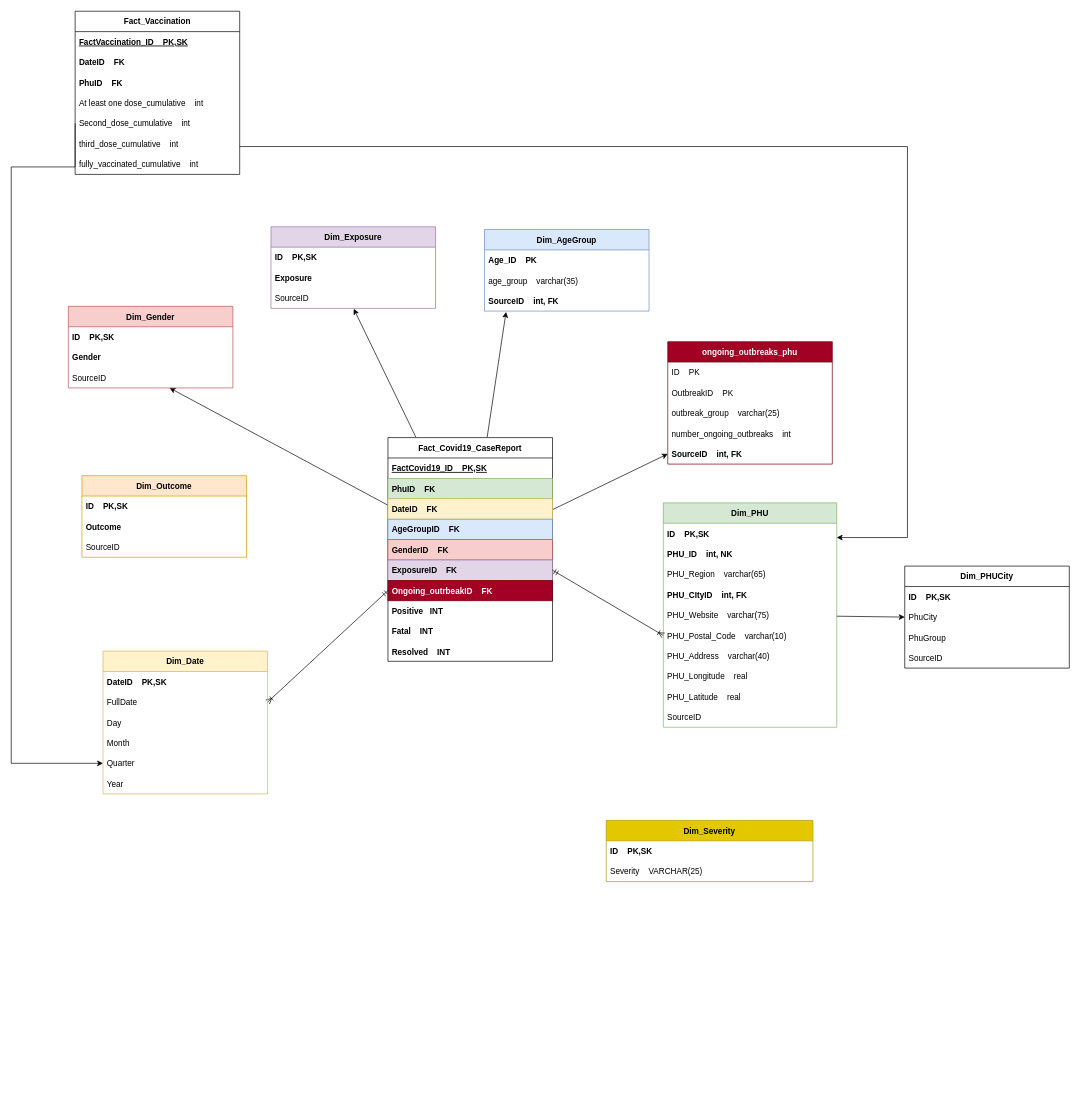
tonsisouvanh/SSIS-SSAS-BI09-Assignment keeps this draw.io diagram as page "Page-10" (10 of 10) of diagram/db-diagram-LT.drawio. Above is the earlier version. Source tidied: cells renumbered, new cells numbered last; positions are measured from the earlier drawing's top-left corner, leaving out a move shared by most shapes. Both pictures are drawn from the tidied source at 68%, with x=0, y=0 at pixel (11, 11).
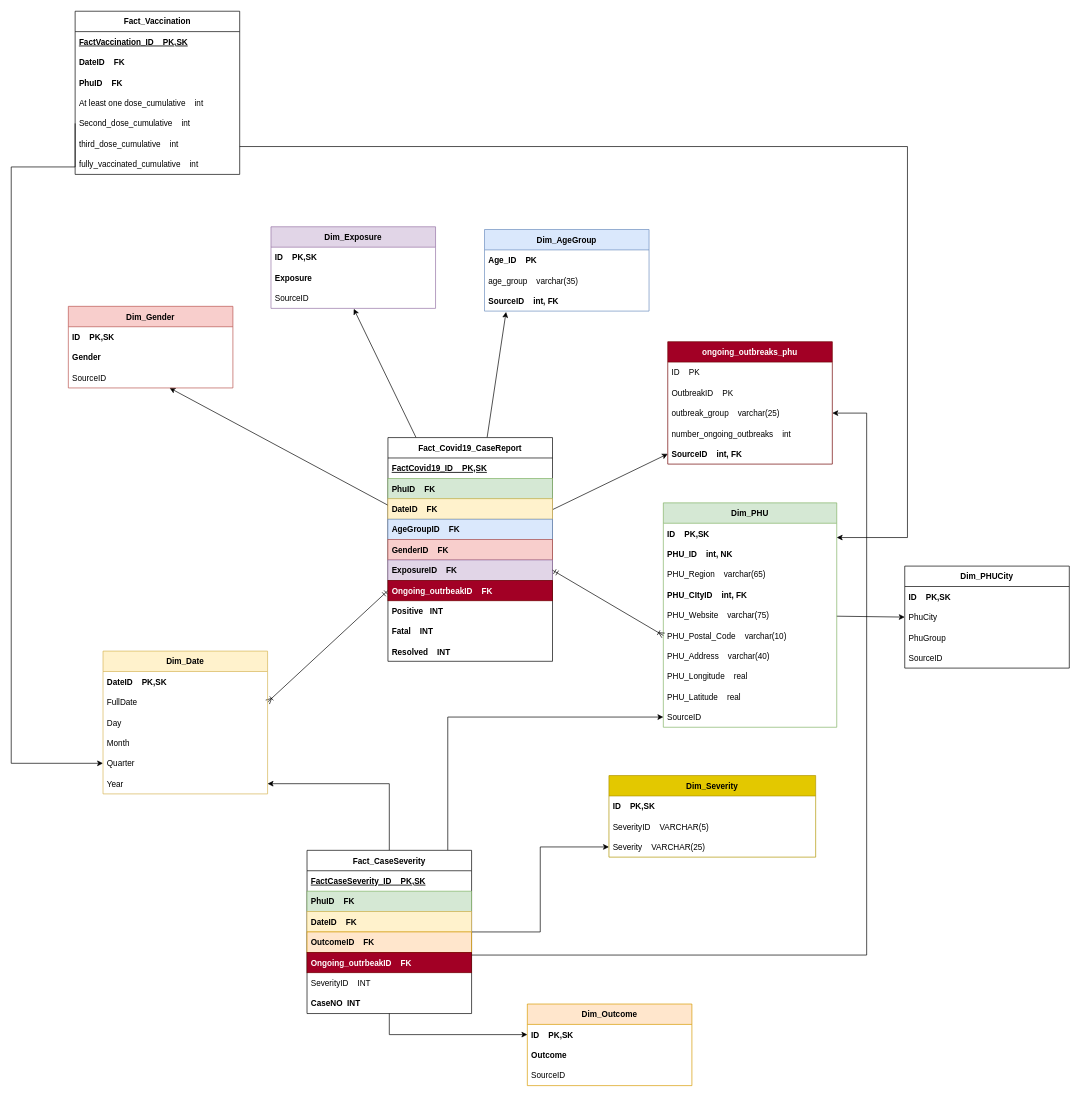
The same page after the edit.

Unchanged cells that the change refers to:
```xml
<mxCell id="29" value="SourceID" style="text;strokeColor=none;fillColor=none;align=left;verticalAlign=middle;spacingLeft=4;spacingRight=4;overflow=hidden;points=[[0,0.5],[1,0.5]];portConstraint=eastwest;fontStyle=0;" parent="19" vertex="1">
  <mxGeometry y="300" width="255" height="30" as="geometry" />
</mxCell>
<mxCell id="43" value="outbreak_group    varchar(25)" style="text;strokeColor=none;fillColor=none;align=left;verticalAlign=middle;spacingLeft=4;spacingRight=4;overflow=hidden;points=[[0,0.5],[1,0.5]];portConstraint=eastwest;" parent="40" vertex="1">
  <mxGeometry y="90" width="242" height="30" as="geometry" />
</mxCell>
<mxCell id="51" value="ID    PK,SK" style="text;strokeColor=none;fillColor=none;align=left;verticalAlign=middle;spacingLeft=4;spacingRight=4;overflow=hidden;points=[[0,0.5],[1,0.5]];portConstraint=eastwest;fontStyle=1;" parent="50" vertex="1">
  <mxGeometry y="30" width="242" height="30" as="geometry" />
</mxCell>
<mxCell id="77" value="Year" style="text;align=left;verticalAlign=middle;spacingLeft=4;spacingRight=4;overflow=hidden;points=[[0,0.5],[1,0.5]];portConstraint=eastwest;fontStyle=0;" parent="71" vertex="1">
  <mxGeometry y="180" width="242" height="30" as="geometry" />
</mxCell>
```

Change to the diagram source:
```diff
@@
     <mxCell id="50" value="Dim_Outcome" style="swimlane;fontStyle=1;horizontal=1;startSize=30;fillColor=#ffe6cc;strokeColor=#d79b00;" parent="1" vertex="1">
-      <mxGeometry x="104" y="683" width="242" height="120" as="geometry" />
+      <mxGeometry x="759" y="1460" width="242" height="120" as="geometry" />
     </mxCell>
@@
     <mxCell id="68" value="Dim_Severity" style="swimlane;fontStyle=1;horizontal=1;startSize=30;fillColor=#e3c800;strokeColor=#B09500;fontColor=#000000;" parent="1" vertex="1">
-      <mxGeometry x="875" y="1190" width="304" height="90" as="geometry" />
+      <mxGeometry x="879" y="1124" width="304" height="120" as="geometry" />
     </mxCell>
@@
-    <mxCell id="70" value="Severity    VARCHAR(25)" style="text;align=left;verticalAlign=middle;spacingLeft=4;spacingRight=4;overflow=hidden;fontStyle=0;" parent="68" vertex="1">
+    <mxCell id="70" value="SeverityID    VARCHAR(5)" style="text;align=left;verticalAlign=middle;spacingLeft=4;spacingRight=4;overflow=hidden;fontStyle=0;" parent="68" vertex="1">
       <mxGeometry y="60" width="304" height="30" as="geometry" />
     </mxCell>
+    <mxCell id="78" value="Severity    VARCHAR(25)" style="text;align=left;verticalAlign=middle;spacingLeft=4;spacingRight=4;overflow=hidden;points=[[0,0.5],[1,0.5]];portConstraint=eastwest;fontStyle=0;" parent="68" vertex="1">
+      <mxGeometry y="90" width="304" height="30" as="geometry" />
+    </mxCell>
@@
+    <mxCell id="79" style="edgeStyle=orthogonalEdgeStyle;rounded=0;jettySize=auto;html=1;" parent="1" edge="1" source="84" target="78">
+      <mxGeometry relative="1" as="geometry" />
+    </mxCell>
+    <mxCell id="80" style="edgeStyle=orthogonalEdgeStyle;rounded=0;jettySize=auto;html=1;" parent="1" edge="1" source="84" target="77">
+      <mxGeometry relative="1" as="geometry" />
+    </mxCell>
+    <mxCell id="81" style="edgeStyle=orthogonalEdgeStyle;rounded=0;jettySize=auto;html=1;" parent="1" edge="1" source="84" target="29">
+      <mxGeometry relative="1" as="geometry">
+        <Array as="points">
+          <mxPoint x="642" y="1038" />
+        </Array>
+      </mxGeometry>
+    </mxCell>
+    <mxCell id="82" style="edgeStyle=orthogonalEdgeStyle;rounded=0;jettySize=auto;html=1;entryX=1;entryY=0.5;entryDx=0;entryDy=0;" parent="1" edge="1" source="84" target="43">
+      <mxGeometry relative="1" as="geometry">
+        <Array as="points">
+          <mxPoint x="1258" y="1388" />
+          <mxPoint x="1258" y="591" />
+        </Array>
+      </mxGeometry>
+    </mxCell>
+    <mxCell id="83" style="edgeStyle=orthogonalEdgeStyle;rounded=0;jettySize=auto;html=1;" parent="1" edge="1" source="84" target="51">
+      <mxGeometry relative="1" as="geometry" />
+    </mxCell>
+    <mxCell id="84" value="Fact_CaseSeverity" style="swimlane;fontStyle=1;horizontal=1;startSize=30;" parent="1" vertex="1">
+      <mxGeometry x="435" y="1234" width="242" height="240" as="geometry" />
+    </mxCell>
+    <mxCell id="85" value="FactCaseSeverity_ID    PK,SK" style="text;align=left;verticalAlign=middle;spacingLeft=4;spacingRight=4;overflow=hidden;fontStyle=5;" parent="84" vertex="1">
+      <mxGeometry y="30" width="242" height="30" as="geometry" />
+    </mxCell>
+    <mxCell id="86" value="PhuID    FK" style="text;align=left;verticalAlign=middle;spacingLeft=4;spacingRight=4;overflow=hidden;fontStyle=1;fillColor=#d5e8d4;strokeColor=#82b366;" parent="84" vertex="1">
+      <mxGeometry y="60" width="242" height="30" as="geometry" />
+    </mxCell>
+    <mxCell id="87" value="DateID    FK" style="text;align=left;verticalAlign=middle;spacingLeft=4;spacingRight=4;overflow=hidden;fontStyle=1;fillColor=#fff2cc;strokeColor=#d6b656;" parent="84" vertex="1">
+      <mxGeometry y="90" width="242" height="30" as="geometry" />
+    </mxCell>
+    <mxCell id="88" value="OutcomeID    FK" style="text;align=left;verticalAlign=middle;spacingLeft=4;spacingRight=4;overflow=hidden;fontStyle=1;fillColor=#ffe6cc;strokeColor=#d79b00;" parent="84" vertex="1">
+      <mxGeometry y="120" width="242" height="30" as="geometry" />
+    </mxCell>
+    <mxCell id="89" value="Ongoing_outrbeakID    FK" style="text;align=left;verticalAlign=middle;spacingLeft=4;spacingRight=4;overflow=hidden;fontStyle=1;fillColor=#a20025;fontColor=#ffffff;strokeColor=#6F0000;" parent="84" vertex="1">
+      <mxGeometry y="150" width="242" height="30" as="geometry" />
+    </mxCell>
+    <mxCell id="90" value="SeverityID    INT" style="text;align=left;verticalAlign=middle;spacingLeft=4;spacingRight=4;overflow=hidden;fontStyle=0;" parent="84" vertex="1">
+      <mxGeometry y="180" width="242" height="30" as="geometry" />
+    </mxCell>
+    <mxCell id="91" value="CaseNO  INT" style="text;align=left;verticalAlign=middle;spacingLeft=4;spacingRight=4;overflow=hidden;fontStyle=1;" parent="84" vertex="1">
+      <mxGeometry y="210" width="242" height="30" as="geometry" />
+    </mxCell>
```
